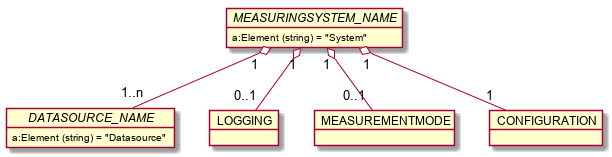
Earlier version of the PlantUML export images/generated/rcmdx_measuringsystem_group.png (OpenRailAssociation/rcm-dx).
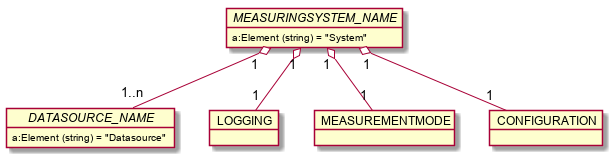
Later version of the same file.

Diff of the diagram source:
```diff
@@ -9,10 +9,10 @@
   MEASURINGSYSTEM "1" o-- "1..n" DATASOURCE
 
   object LOGGING
-  MEASURINGSYSTEM "1" o-- "0..1" LOGGING
+  MEASURINGSYSTEM "1" o-- "1" LOGGING
 
   object MEASUREMENTMODE
-  MEASURINGSYSTEM "1" o-- "0..1" MEASUREMENTMODE
+  MEASURINGSYSTEM "1" o-- "1" MEASUREMENTMODE
 
   object "CONFIGURATION" as ms_config
   MEASURINGSYSTEM "1" o-- "1" ms_config
```
